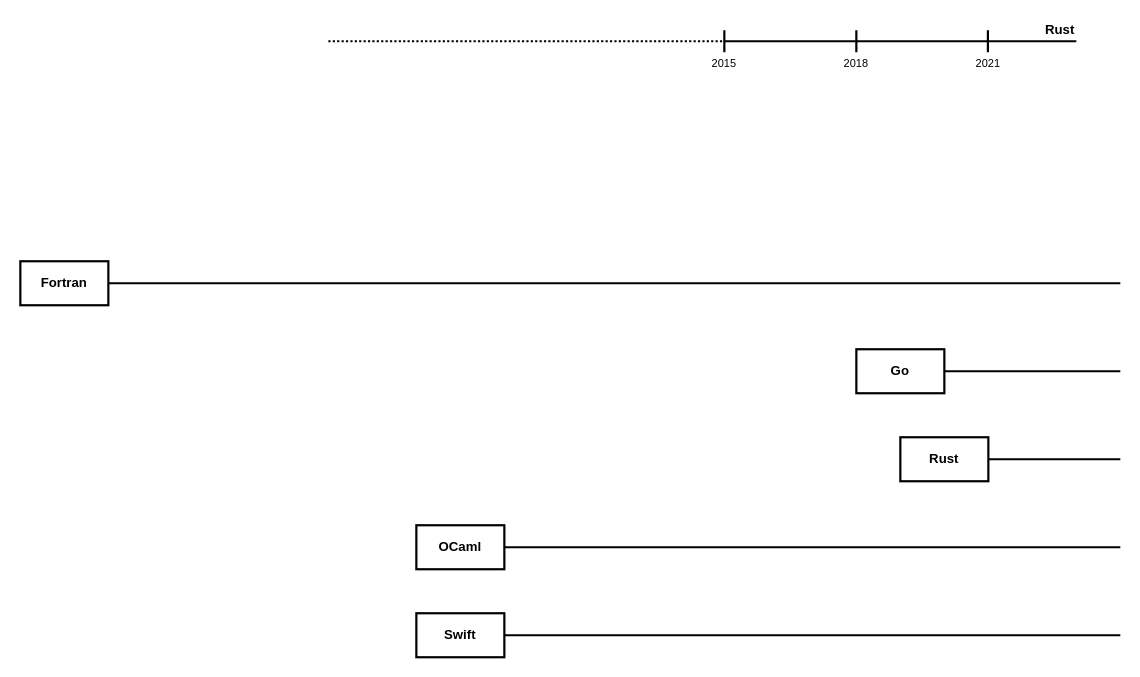
The draw.io diagram small-tree.drawio in lexitoria/pltree, before the edit. Source tidied: cells renumbered, new cells numbered last; positions are measured from the earlier drawing's top-left corner, leaving out a move shared by most shapes. Both pictures are drawn from the tidied source at 110%, with x=0, y=0 at pixel (20, 19).
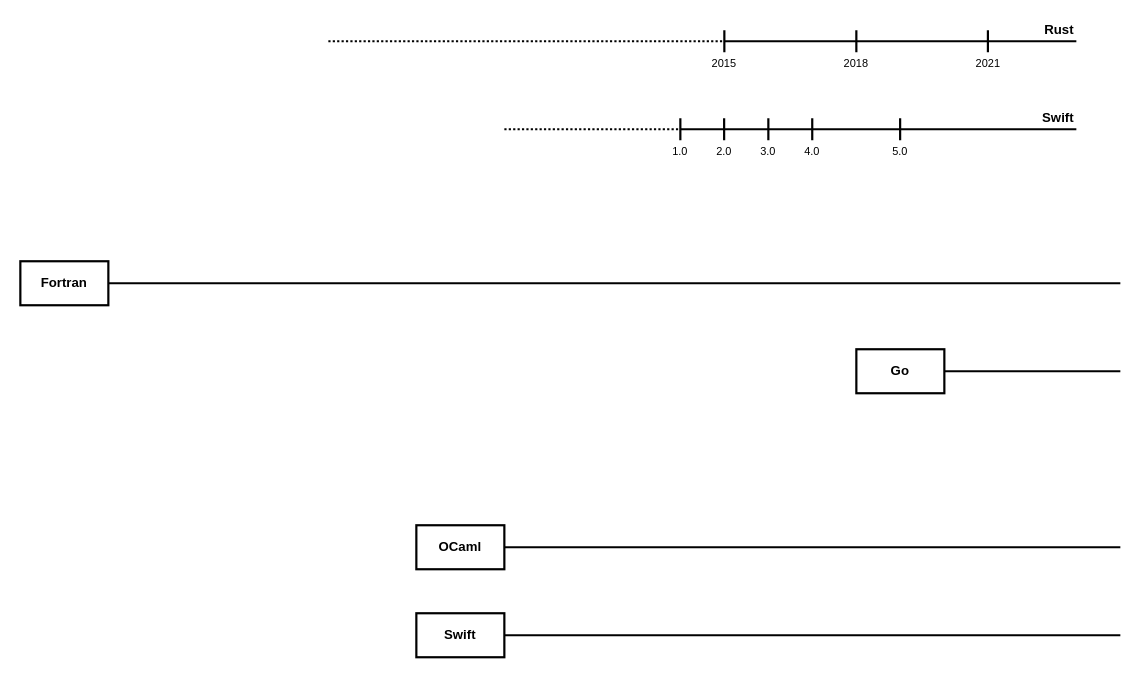
Above is the later version.

Commit message:
Update Swift tree

Diff of the diagram source:
```diff
@@
-    <mxCell id="9" value="&lt;b&gt;Rust&lt;/b&gt;" style="rounded=0;whiteSpace=wrap;html=1;strokeWidth=2;" parent="1" vertex="1">
-      <mxGeometry x="800" y="380" width="80" height="40" as="geometry" />
-    </mxCell>
-    <mxCell id="10" style="line;strokeWidth=2;html=1;" parent="1" vertex="1">
-      <mxGeometry x="880" y="395" width="120" height="10" as="geometry" />
-    </mxCell>
@@
-    <mxCell id="15" value="Rust" style="text;html=1;strokeColor=none;fillColor=none;align=left;verticalAlign=middle;whiteSpace=wrap;rounded=0;fontStyle=1;" parent="1" vertex="1">
-      <mxGeometry x="930" width="60" height="20" as="geometry" />
+    <mxCell id="15" value="Rust" style="text;html=1;strokeColor=none;fillColor=none;align=right;verticalAlign=middle;whiteSpace=wrap;rounded=0;fontStyle=1;" parent="1" vertex="1">
+      <mxGeometry x="900" width="60" height="20" as="geometry" />
     </mxCell>
@@
+    <mxCell id="22" style="endArrow=none;html=1;rounded=0;strokeWidth=2;" parent="1" edge="1">
+      <mxGeometry relative="1" as="geometry">
+        <mxPoint x="600" y="110" as="sourcePoint" />
+        <mxPoint x="600" y="90" as="targetPoint" />
+      </mxGeometry>
+    </mxCell>
+    <mxCell id="23" style="endArrow=none;html=1;rounded=0;strokeWidth=2;" parent="1" edge="1">
+      <mxGeometry relative="1" as="geometry">
+        <mxPoint x="600" y="100" as="sourcePoint" />
+        <mxPoint x="960" y="100" as="targetPoint" />
+      </mxGeometry>
+    </mxCell>
+    <mxCell id="24" value="Swift" style="text;html=1;strokeColor=none;fillColor=none;align=right;verticalAlign=middle;whiteSpace=wrap;rounded=0;fontStyle=1;" parent="1" vertex="1">
+      <mxGeometry x="900" y="80" width="60" height="20" as="geometry" />
+    </mxCell>
+    <mxCell id="25" value="1.0" style="text;html=1;strokeColor=none;fillColor=none;align=center;verticalAlign=middle;whiteSpace=wrap;rounded=0;fontSize=10;" parent="1" vertex="1">
+      <mxGeometry x="580" y="110" width="40" height="20" as="geometry" />
+    </mxCell>
+    <mxCell id="26" style="endArrow=none;html=1;rounded=0;strokeWidth=2;" parent="1" edge="1">
+      <mxGeometry relative="1" as="geometry">
+        <mxPoint x="719.9" y="110" as="sourcePoint" />
+        <mxPoint x="719.9" y="90" as="targetPoint" />
+      </mxGeometry>
+    </mxCell>
+    <mxCell id="27" value="4.0" style="text;html=1;strokeColor=none;fillColor=none;align=center;verticalAlign=middle;whiteSpace=wrap;rounded=0;fontSize=10;" parent="1" vertex="1">
+      <mxGeometry x="700" y="110" width="40" height="20" as="geometry" />
+    </mxCell>
+    <mxCell id="28" style="endArrow=none;html=1;rounded=0;strokeWidth=2;" parent="1" edge="1">
+      <mxGeometry relative="1" as="geometry">
+        <mxPoint x="799.8" y="110" as="sourcePoint" />
+        <mxPoint x="799.8" y="90" as="targetPoint" />
+      </mxGeometry>
+    </mxCell>
+    <mxCell id="29" style="endArrow=none;html=1;rounded=0;strokeWidth=2;dashed=1;dashPattern=1 1;" parent="1" edge="1">
+      <mxGeometry relative="1" as="geometry">
+        <mxPoint x="440" y="100" as="sourcePoint" />
+        <mxPoint x="600" y="100" as="targetPoint" />
+      </mxGeometry>
+    </mxCell>
+    <mxCell id="30" style="endArrow=none;html=1;rounded=0;strokeWidth=2;" parent="1" edge="1">
+      <mxGeometry relative="1" as="geometry">
+        <mxPoint x="639.8" y="110" as="sourcePoint" />
+        <mxPoint x="639.8" y="90" as="targetPoint" />
+      </mxGeometry>
+    </mxCell>
+    <mxCell id="31" style="endArrow=none;html=1;rounded=0;strokeWidth=2;" parent="1" edge="1">
+      <mxGeometry relative="1" as="geometry">
+        <mxPoint x="680" y="110" as="sourcePoint" />
+        <mxPoint x="680" y="90" as="targetPoint" />
+      </mxGeometry>
+    </mxCell>
+    <mxCell id="32" value="2.0" style="text;html=1;strokeColor=none;fillColor=none;align=center;verticalAlign=middle;whiteSpace=wrap;rounded=0;fontSize=10;" parent="1" vertex="1">
+      <mxGeometry x="620" y="110" width="40" height="20" as="geometry" />
+    </mxCell>
+    <mxCell id="33" value="3.0" style="text;html=1;strokeColor=none;fillColor=none;align=center;verticalAlign=middle;whiteSpace=wrap;rounded=0;fontSize=10;" parent="1" vertex="1">
+      <mxGeometry x="660" y="110" width="40" height="20" as="geometry" />
+    </mxCell>
+    <mxCell id="34" value="5.0" style="text;html=1;strokeColor=none;fillColor=none;align=center;verticalAlign=middle;whiteSpace=wrap;rounded=0;fontSize=10;" parent="1" vertex="1">
+      <mxGeometry x="780" y="110" width="40" height="20" as="geometry" />
+    </mxCell>
```
